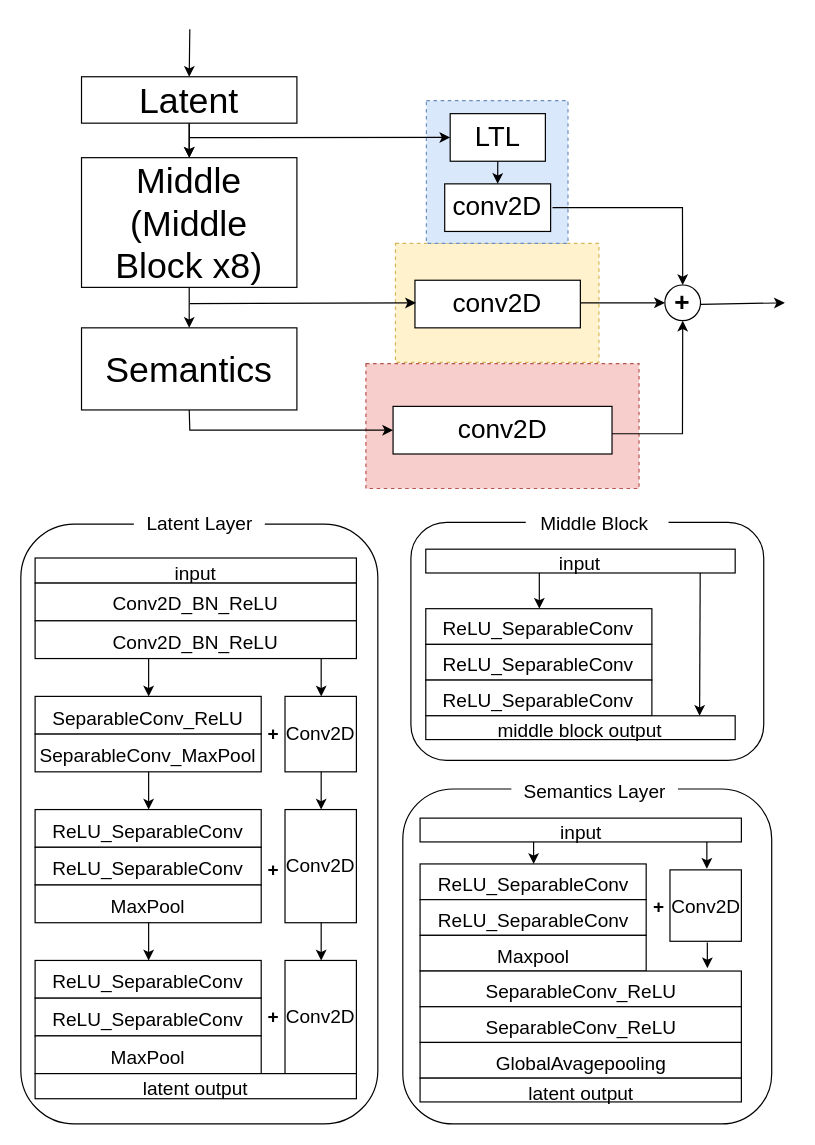
The draw.io diagram model_arch.drawio in Dshdarkness/Timporal_is_all_U_need, before the edit. Source tidied: cells renumbered, new cells numbered last; positions are measured from the earlier drawing's top-left corner, leaving out a move shared by most shapes. Both pictures are drawn from the tidied source at 119%, with x=0, y=0 at pixel (20, 29).
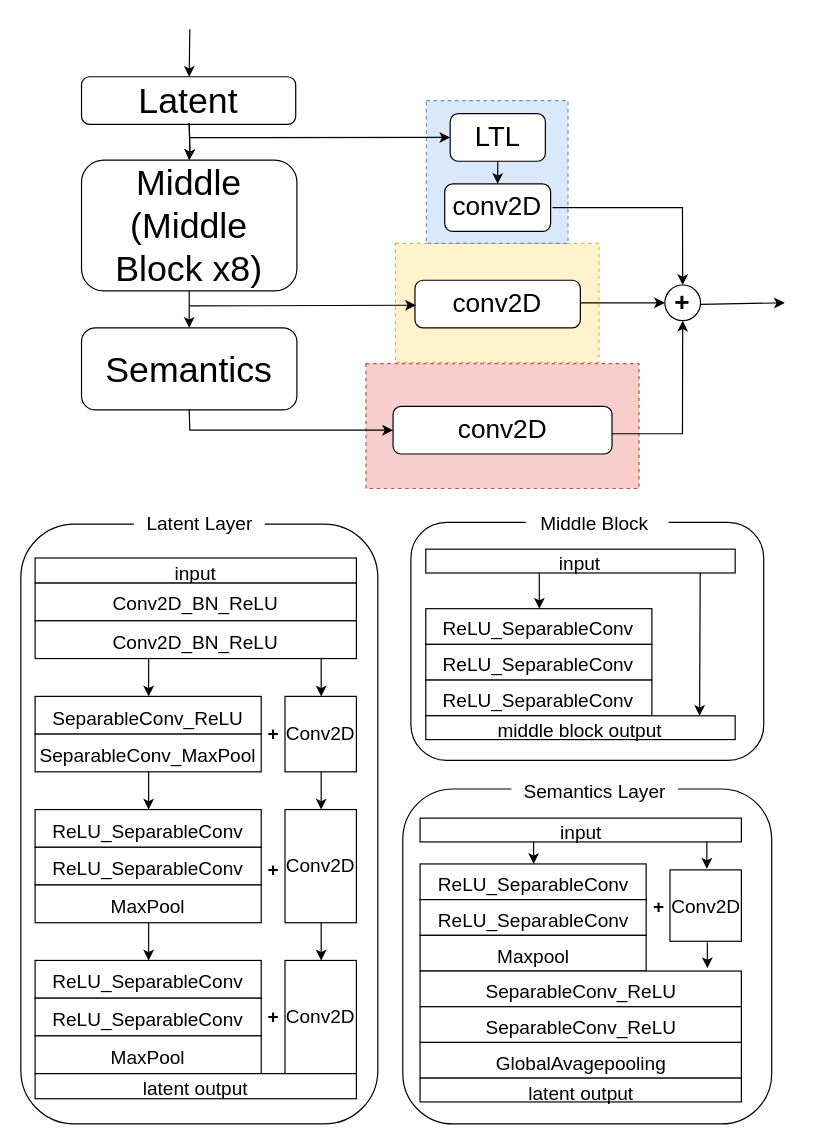
The same page after the edit.

The edit, as a diff of the source:
```diff
@@
-    <mxCell id="5" style="edgeStyle=orthogonalEdgeStyle;rounded=0;jettySize=auto;html=1;fontSize=20;" parent="1" edge="1" source="7" target="8">
-      <mxGeometry relative="1" as="geometry" />
+    <mxCell id="5" style="edgeStyle=orthogonalEdgeStyle;rounded=0;jettySize=auto;html=1;fontSize=20;" parent="1" edge="1" target="8">
+      <mxGeometry relative="1" as="geometry">
+        <mxPoint x="141.5" y="79" as="sourcePoint" />
+      </mxGeometry>
     </mxCell>
-    <mxCell id="6" style="edgeStyle=orthogonalEdgeStyle;rounded=0;jettySize=auto;html=1;fontSize=20;" parent="1" edge="1" source="7" target="8">
-      <mxGeometry relative="1" as="geometry" />
+    <mxCell id="6" style="edgeStyle=orthogonalEdgeStyle;rounded=0;jettySize=auto;html=1;fontSize=20;" parent="1" edge="1" target="8">
+      <mxGeometry relative="1" as="geometry">
+        <mxPoint x="141.5" y="79" as="sourcePoint" />
+      </mxGeometry>
     </mxCell>
-    <mxCell id="7" value="&lt;font style=&quot;font-size: 30px;&quot;&gt;Latent&lt;/font&gt;" style="rounded=0;whiteSpace=wrap;html=1;" parent="1" vertex="1">
-      <mxGeometry x="51" y="40" width="181" height="39" as="geometry" />
-    </mxCell>
-    <mxCell id="8" value="&lt;font style=&quot;font-size: 30px;&quot;&gt;&lt;span style=&quot;&quot;&gt;Middle&lt;/span&gt;&lt;br&gt;&lt;font style=&quot;font-size: 30px;&quot;&gt;(Middle Block x8)&lt;/font&gt;&lt;br&gt;&lt;/font&gt;" style="rounded=0;whiteSpace=wrap;html=1;" parent="1" vertex="1">
-      <mxGeometry x="51" y="108" width="181" height="109" as="geometry" />
+    <mxCell id="8" value="&lt;font style=&quot;font-size: 30px;&quot;&gt;&lt;span style=&quot;&quot;&gt;Middle&lt;/span&gt;&lt;br&gt;&lt;font style=&quot;font-size: 30px;&quot;&gt;(Middle Block x8)&lt;/font&gt;&lt;br&gt;&lt;/font&gt;" style="rounded=1;whiteSpace=wrap;html=1;fontSize=22;strokeColor=default;fillColor=none;arcSize=17;" parent="1" vertex="1">
+      <mxGeometry x="51" y="110" width="181" height="110" as="geometry" />
     </mxCell>
-    <mxCell id="9" value="&lt;font style=&quot;font-size: 30px;&quot;&gt;Semantics&lt;/font&gt;" style="rounded=0;whiteSpace=wrap;html=1;" parent="1" vertex="1">
+    <mxCell id="9" value="&lt;font style=&quot;font-size: 30px;&quot;&gt;Semantics&lt;/font&gt;" style="rounded=1;whiteSpace=wrap;html=1;fontSize=22;strokeColor=default;fillColor=none;arcSize=17;" parent="1" vertex="1">
       <mxGeometry x="51" y="251" width="181" height="69" as="geometry" />
     </mxCell>
@@
-    <mxCell id="11" value="&lt;font style=&quot;font-size: 23px;&quot;&gt;LTL&lt;/font&gt;" style="rounded=0;whiteSpace=wrap;html=1;fontSize=20;fillColor=default;" parent="1" vertex="1">
+    <mxCell id="11" value="&lt;font style=&quot;font-size: 23px;&quot;&gt;LTL&lt;/font&gt;" style="rounded=1;whiteSpace=wrap;html=1;fontSize=22;strokeColor=default;fillColor=white;arcSize=17;" parent="1" vertex="1">
       <mxGeometry x="360.8" y="71" width="80" height="40" as="geometry" />
     </mxCell>
-    <mxCell id="12" value="&lt;font style=&quot;font-size: 22px;&quot;&gt;conv2D&lt;/font&gt;" style="rounded=0;whiteSpace=wrap;html=1;fontSize=20;fillColor=default;" parent="1" vertex="1">
+    <mxCell id="12" value="&lt;font style=&quot;font-size: 22px;&quot;&gt;conv2D&lt;/font&gt;" style="rounded=1;whiteSpace=wrap;html=1;fontSize=22;strokeColor=default;fillColor=white;arcSize=17;" parent="1" vertex="1">
       <mxGeometry x="356.2" y="130" width="89" height="40" as="geometry" />
     </mxCell>
@@
-    <mxCell id="14" value="&lt;font style=&quot;font-size: 22px;&quot;&gt;conv2D&lt;/font&gt;" style="rounded=0;whiteSpace=wrap;html=1;fontSize=20;fillColor=default;" parent="1" vertex="1">
+    <mxCell id="14" value="&lt;font style=&quot;font-size: 22px;&quot;&gt;conv2D&lt;/font&gt;" style="rounded=1;whiteSpace=wrap;html=1;fontSize=22;strokeColor=default;fillColor=white;arcSize=17;" parent="1" vertex="1">
       <mxGeometry x="331.2" y="211" width="139" height="40" as="geometry" />
     </mxCell>
-    <mxCell id="15" value="&lt;font style=&quot;font-size: 22px;&quot;&gt;conv2D&lt;/font&gt;" style="rounded=0;whiteSpace=wrap;html=1;fontSize=20;fillColor=default;" parent="1" vertex="1">
+    <mxCell id="15" value="&lt;font style=&quot;font-size: 22px;&quot;&gt;conv2D&lt;/font&gt;" style="rounded=1;whiteSpace=wrap;html=1;fontSize=22;strokeColor=default;fillColor=white;arcSize=17;" parent="1" vertex="1">
       <mxGeometry x="312.8" y="317" width="184" height="40" as="geometry" />
     </mxCell>
@@
     <mxCell id="70" style="endArrow=classic;html=1;rounded=0;fontSize=30;" parent="1" edge="1">
       <mxGeometry relative="1" as="geometry">
-        <mxPoint x="142" y="230.6" as="sourcePoint" />
-        <mxPoint x="332" y="230" as="targetPoint" />
+        <mxPoint x="142" y="232.6" as="sourcePoint" />
+        <mxPoint x="332" y="232" as="targetPoint" />
       </mxGeometry>
     </mxCell>
@@
-    <mxCell id="72" style="endArrow=classic;html=1;rounded=0;fontSize=22;entryX=0.5;entryY=0;entryDx=0;entryDy=0;" parent="1" edge="1" target="7">
+    <mxCell id="72" style="endArrow=classic;html=1;rounded=0;fontSize=22;entryX=0.5;entryY=0;entryDx=0;entryDy=0;" parent="1" edge="1">
       <mxGeometry relative="1" as="geometry">
         <mxPoint x="142" as="sourcePoint" />
+        <mxPoint x="141.5" y="40" as="targetPoint" />
       </mxGeometry>
     </mxCell>
@@
+    <mxCell id="7" value="&lt;span style=&quot;font-size: 30px;&quot;&gt;Latent&lt;/span&gt;" style="rounded=1;whiteSpace=wrap;html=1;fontSize=22;strokeColor=default;fillColor=none;arcSize=17;" parent="1" vertex="1">
+      <mxGeometry x="51" y="40" width="180" height="40" as="geometry" />
+    </mxCell>
```
